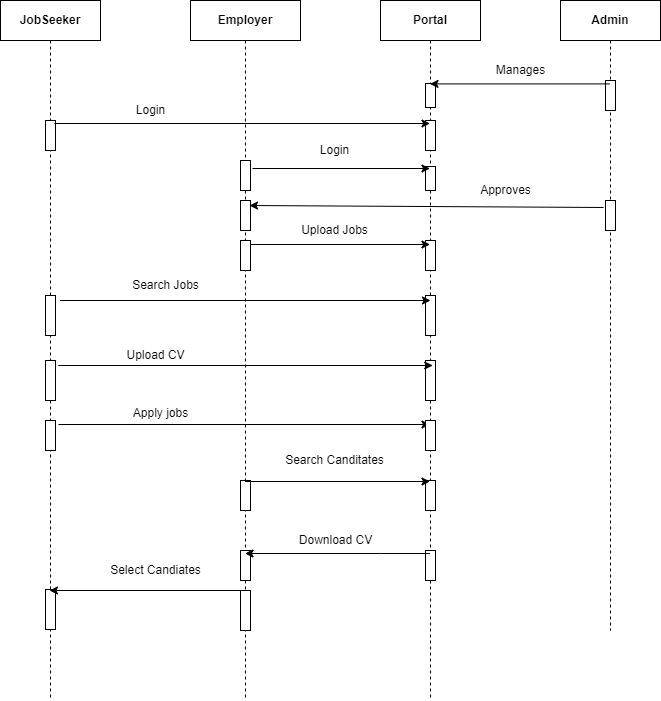
Above: java-basics/02-12-2021/UML diagrams/Online Job Portal/SequentialDiagram.drawio.png in MuniswamiKokila/UST-prograd-training (draw.io), before the change. Source tidied: cells renumbered, new cells last; positions are measured from the earlier drawing's top-left corner, leaving out a move shared by most shapes.
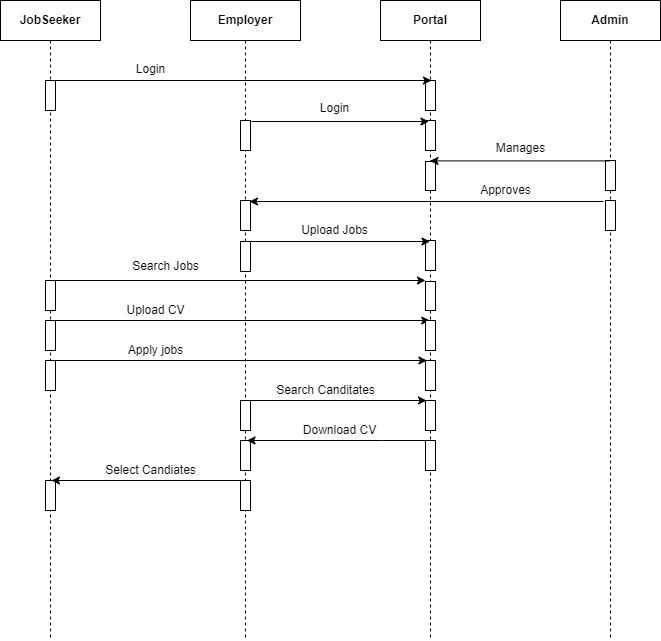
After the change.

Change to the diagram source:
```diff
@@ -3,123 +3,108 @@
     <mxCell id="0" />
     <mxCell id="1" parent="0" />
     <mxCell id="2" value="&lt;b&gt;JobSeeker&lt;/b&gt;" style="shape=umlLifeline;perimeter=lifelinePerimeter;whiteSpace=wrap;html=1;" parent="1" vertex="1">
-      <mxGeometry width="100" height="700" as="geometry" />
+      <mxGeometry width="100" height="640" as="geometry" />
     </mxCell>
     <mxCell id="3" style="html=1;perimeter=orthogonalPerimeter;" parent="2" vertex="1">
-      <mxGeometry x="45" y="295" width="10" height="40" as="geometry" />
+      <mxGeometry x="45" y="280" width="10" height="30" as="geometry" />
     </mxCell>
     <mxCell id="4" style="html=1;perimeter=orthogonalPerimeter;" parent="2" vertex="1">
-      <mxGeometry x="45" y="360" width="10" height="40" as="geometry" />
+      <mxGeometry x="45" y="320" width="10" height="30" as="geometry" />
     </mxCell>
     <mxCell id="5" style="html=1;perimeter=orthogonalPerimeter;" parent="2" vertex="1">
-      <mxGeometry x="45" y="420" width="10" height="30" as="geometry" />
+      <mxGeometry x="45" y="360" width="10" height="30" as="geometry" />
     </mxCell>
-    <mxCell id="6" style="endArrow=classic;html=1;rounded=0;" parent="2" edge="1">
-      <mxGeometry relative="1" as="geometry">
-        <mxPoint x="58" y="424" as="sourcePoint" />
-        <mxPoint x="429.5" y="424" as="targetPoint" />
-      </mxGeometry>
-    </mxCell>
     <mxCell id="7" style="html=1;perimeter=orthogonalPerimeter;" parent="2" vertex="1">
-      <mxGeometry x="45" y="589" width="10" height="40" as="geometry" />
+      <mxGeometry x="45" y="480" width="10" height="30" as="geometry" />
     </mxCell>
     <mxCell id="8" value="&lt;b&gt;Employer&lt;/b&gt;" style="shape=umlLifeline;perimeter=lifelinePerimeter;whiteSpace=wrap;html=1;" parent="1" vertex="1">
-      <mxGeometry x="190" width="110" height="700" as="geometry" />
+      <mxGeometry x="190" width="110" height="640" as="geometry" />
     </mxCell>
     <mxCell id="9" style="html=1;points=[];perimeter=orthogonalPerimeter;" parent="8" vertex="1">
-      <mxGeometry x="50" y="240" width="10" height="30" as="geometry" />
+      <mxGeometry x="50" y="241" width="10" height="30" as="geometry" />
     </mxCell>
     <mxCell id="10" style="html=1;points=[];perimeter=orthogonalPerimeter;" parent="8" vertex="1">
       <mxGeometry x="50" y="200" width="10" height="30" as="geometry" />
     </mxCell>
     <mxCell id="11" style="html=1;perimeter=orthogonalPerimeter;" parent="8" vertex="1">
-      <mxGeometry x="50" y="550" width="10" height="30" as="geometry" />
+      <mxGeometry x="50" y="440" width="10" height="30" as="geometry" />
     </mxCell>
-    <mxCell id="12" style="endArrow=classic;html=1;rounded=0;" parent="8" edge="1">
-      <mxGeometry relative="1" as="geometry">
-        <mxPoint x="58" y="590" as="sourcePoint" />
-        <mxPoint x="-141" y="590" as="targetPoint" />
-      </mxGeometry>
-    </mxCell>
     <mxCell id="13" style="html=1;perimeter=orthogonalPerimeter;" parent="8" vertex="1">
-      <mxGeometry x="50" y="590" width="10" height="40" as="geometry" />
+      <mxGeometry x="50" y="480" width="10" height="30" as="geometry" />
     </mxCell>
     <mxCell id="14" style="html=1;perimeter=orthogonalPerimeter;" parent="8" vertex="1">
-      <mxGeometry x="50" y="480" width="10" height="30" as="geometry" />
+      <mxGeometry x="50" y="400" width="10" height="30" as="geometry" />
     </mxCell>
+    <mxCell id="43" style="endArrow=classic;html=1;rounded=0;entryX=0.44;entryY=0.581;entryDx=0;entryDy=0;entryPerimeter=0;" parent="8" edge="1">
+      <mxGeometry relative="1" as="geometry">
+        <mxPoint x="-135.2" y="320" as="sourcePoint" />
+        <mxPoint x="239.2" y="320" as="targetPoint" />
+      </mxGeometry>
+    </mxCell>
     <mxCell id="15" value="&lt;b&gt;Admin&lt;/b&gt;" style="shape=umlLifeline;perimeter=lifelinePerimeter;whiteSpace=wrap;html=1;" parent="1" vertex="1">
-      <mxGeometry x="560" width="100" height="630" as="geometry" />
+      <mxGeometry x="560" width="100" height="640" as="geometry" />
     </mxCell>
-    <mxCell id="16" style="html=1;perimeter=orthogonalPerimeter;" parent="15" vertex="1">
-      <mxGeometry x="45" y="80" width="10" height="30" as="geometry" />
-    </mxCell>
     <mxCell id="17" value="&lt;b&gt;Portal&lt;/b&gt;" style="shape=umlLifeline;perimeter=lifelinePerimeter;whiteSpace=wrap;html=1;outlineConnect=0;" parent="1" vertex="1">
-      <mxGeometry x="380" width="100" height="700" as="geometry" />
+      <mxGeometry x="380" width="100" height="640" as="geometry" />
     </mxCell>
     <mxCell id="18" style="html=1;perimeter=orthogonalPerimeter;" parent="17" vertex="1">
       <mxGeometry x="45" y="240" width="10" height="30" as="geometry" />
     </mxCell>
     <mxCell id="19" style="html=1;points=[];perimeter=orthogonalPerimeter;" parent="17" vertex="1">
-      <mxGeometry x="-335" y="120" width="10" height="30" as="geometry" />
+      <mxGeometry x="-335" y="80" width="10" height="30" as="geometry" />
     </mxCell>
     <mxCell id="20" style="html=1;perimeter=orthogonalPerimeter;" parent="17" vertex="1">
-      <mxGeometry x="-140" y="160" width="10" height="30" as="geometry" />
+      <mxGeometry x="-140" y="120" width="10" height="30" as="geometry" />
     </mxCell>
     <mxCell id="21" style="html=1;points=[];perimeter=orthogonalPerimeter;" parent="17" vertex="1">
       <mxGeometry x="225" y="200" width="10" height="30" as="geometry" />
     </mxCell>
     <mxCell id="22" style="html=1;points=[];perimeter=orthogonalPerimeter;" parent="17" vertex="1">
-      <mxGeometry x="45" y="120" width="10" height="30" as="geometry" />
+      <mxGeometry x="45" y="80" width="10" height="30" as="geometry" />
     </mxCell>
     <mxCell id="23" style="html=1;perimeter=orthogonalPerimeter;" parent="17" vertex="1">
-      <mxGeometry x="45" y="166" width="10" height="24" as="geometry" />
+      <mxGeometry x="45" y="120" width="10" height="30" as="geometry" />
     </mxCell>
-    <mxCell id="24" style="endArrow=classic;html=1;rounded=0;exitX=0.9;exitY=0.1;exitDx=0;exitDy=0;exitPerimeter=0;" parent="17" edge="1" source="19">
+    <mxCell id="24" style="endArrow=classic;html=1;rounded=0;exitX=0.9;exitY=0.1;exitDx=0;exitDy=0;exitPerimeter=0;entryX=0.6;entryY=0;entryDx=0;entryDy=0;entryPerimeter=0;" parent="17" edge="1" target="22">
       <mxGeometry relative="1" as="geometry">
-        <mxPoint x="49.5" y="123" as="targetPoint" />
+        <mxPoint x="-326" y="80" as="sourcePoint" />
       </mxGeometry>
     </mxCell>
     <mxCell id="25" style="endArrow=classic;html=1;rounded=0;exitX=1.2;exitY=0.4;exitDx=0;exitDy=0;exitPerimeter=0;" parent="17" edge="1">
       <mxGeometry relative="1" as="geometry">
-        <mxPoint x="-128" y="168" as="sourcePoint" />
-        <mxPoint x="49.5" y="168" as="targetPoint" />
+        <mxPoint x="-129" y="121" as="sourcePoint" />
+        <mxPoint x="48.5" y="121" as="targetPoint" />
       </mxGeometry>
     </mxCell>
-    <mxCell id="26" style="html=1;perimeter=orthogonalPerimeter;" parent="17" vertex="1">
-      <mxGeometry x="45" y="83" width="10" height="24" as="geometry" />
-    </mxCell>
     <mxCell id="27" style="html=1;perimeter=orthogonalPerimeter;" parent="17" vertex="1">
-      <mxGeometry x="45" y="360" width="10" height="40" as="geometry" />
+      <mxGeometry x="45" y="320" width="10" height="30" as="geometry" />
     </mxCell>
     <mxCell id="28" style="html=1;perimeter=orthogonalPerimeter;" parent="17" vertex="1">
-      <mxGeometry x="45" y="420" width="10" height="30" as="geometry" />
+      <mxGeometry x="45" y="360" width="10" height="30" as="geometry" />
     </mxCell>
     <mxCell id="29" style="html=1;perimeter=orthogonalPerimeter;" parent="17" vertex="1">
-      <mxGeometry x="45" y="550" width="10" height="30" as="geometry" />
+      <mxGeometry x="45" y="440" width="10" height="30" as="geometry" />
     </mxCell>
     <mxCell id="30" style="html=1;perimeter=orthogonalPerimeter;" parent="17" vertex="1">
-      <mxGeometry x="45" y="480" width="10" height="30" as="geometry" />
+      <mxGeometry x="45" y="400" width="10" height="30" as="geometry" />
     </mxCell>
-    <mxCell id="31" style="endArrow=classic;html=1;rounded=0;exitX=1;exitY=0.133;exitDx=0;exitDy=0;exitPerimeter=0;" parent="1" edge="1" source="9" target="17">
-      <mxGeometry relative="1" as="geometry" />
+    <mxCell id="31" style="endArrow=classic;html=1;rounded=0;exitX=1;exitY=0.133;exitDx=0;exitDy=0;exitPerimeter=0;" parent="1" edge="1">
+      <mxGeometry relative="1" as="geometry">
+        <mxPoint x="250" y="241" as="sourcePoint" />
+        <mxPoint x="429.5" y="241" as="targetPoint" />
+      </mxGeometry>
     </mxCell>
     <mxCell id="32" value="Login" style="text;html=1;align=center;verticalAlign=middle;fillColor=none;strokeColor=none;rounded=0;" parent="1" vertex="1">
-      <mxGeometry x="130" y="100" width="40" height="20" as="geometry" />
+      <mxGeometry x="130" y="59" width="40" height="20" as="geometry" />
     </mxCell>
     <mxCell id="33" value="Login" style="text;html=1;align=center;verticalAlign=middle;fillColor=none;strokeColor=none;rounded=0;" parent="1" vertex="1">
-      <mxGeometry x="314" y="140" width="40" height="20" as="geometry" />
+      <mxGeometry x="314" y="98" width="40" height="20" as="geometry" />
     </mxCell>
-    <mxCell id="34" style="endArrow=classic;html=1;rounded=0;exitX=0.49;exitY=0.207;exitDx=0;exitDy=0;exitPerimeter=0;" parent="1" edge="1">
-      <mxGeometry relative="1" as="geometry">
-        <mxPoint x="609" y="83.4" as="sourcePoint" />
-        <mxPoint x="429.5" y="83.4" as="targetPoint" />
-      </mxGeometry>
-    </mxCell>
-    <mxCell id="35" value="Manages" style="text;html=1;align=center;verticalAlign=middle;fillColor=none;strokeColor=none;rounded=0;" parent="1" vertex="1">
-      <mxGeometry x="490" y="60" width="60" height="20" as="geometry" />
-    </mxCell>
-    <mxCell id="36" style="endArrow=classic;html=1;rounded=0;exitX=-0.2;exitY=0.233;exitDx=0;exitDy=0;exitPerimeter=0;entryX=0.9;entryY=0.167;entryDx=0;entryDy=0;entryPerimeter=0;" parent="1" edge="1" source="21" target="10">
-      <mxGeometry relative="1" as="geometry" />
+    <mxCell id="36" style="endArrow=classic;html=1;rounded=0;entryX=0.9;entryY=0.167;entryDx=0;entryDy=0;entryPerimeter=0;" parent="1" edge="1">
+      <mxGeometry relative="1" as="geometry">
+        <mxPoint x="603" y="201" as="sourcePoint" />
+        <mxPoint x="249" y="201" as="targetPoint" />
+      </mxGeometry>
     </mxCell>
     <mxCell id="37" value="Approves" style="text;html=1;align=center;verticalAlign=middle;fillColor=none;strokeColor=none;rounded=0;" parent="1" vertex="1">
       <mxGeometry x="470" y="180" width="70" height="20" as="geometry" />
@@ -131,52 +116,73 @@
       <mxGeometry relative="1" as="geometry" />
     </mxCell>
     <mxCell id="40" value="Search Jobs" style="text;html=1;align=center;verticalAlign=middle;fillColor=none;strokeColor=none;rounded=0;" parent="1" vertex="1">
-      <mxGeometry x="125" y="275" width="80" height="20" as="geometry" />
+      <mxGeometry x="125" y="256" width="80" height="20" as="geometry" />
     </mxCell>
     <mxCell id="41" style="html=1;points=[];perimeter=orthogonalPerimeter;" parent="1" vertex="1">
-      <mxGeometry x="425" y="295" width="10" height="40" as="geometry" />
+      <mxGeometry x="425" y="281" width="10" height="29" as="geometry" />
     </mxCell>
     <mxCell id="42" style="endArrow=classic;html=1;rounded=0;" parent="1" edge="1">
       <mxGeometry relative="1" as="geometry">
-        <mxPoint x="59.5" y="300" as="sourcePoint" />
-        <mxPoint x="430" y="300" as="targetPoint" />
+        <mxPoint x="54.5" y="280" as="sourcePoint" />
+        <mxPoint x="425" y="280" as="targetPoint" />
       </mxGeometry>
     </mxCell>
-    <mxCell id="43" style="endArrow=classic;html=1;rounded=0;entryX=0.44;entryY=0.581;entryDx=0;entryDy=0;entryPerimeter=0;" parent="1" edge="1">
-      <mxGeometry relative="1" as="geometry">
-        <mxPoint x="57.8" y="365" as="sourcePoint" />
-        <mxPoint x="432.2" y="365" as="targetPoint" />
-      </mxGeometry>
-    </mxCell>
     <mxCell id="44" value="Upload CV" style="text;html=1;align=center;verticalAlign=middle;fillColor=none;strokeColor=none;rounded=0;" parent="1" vertex="1">
-      <mxGeometry x="120" y="345" width="70" height="20" as="geometry" />
+      <mxGeometry x="120" y="300" width="70" height="20" as="geometry" />
     </mxCell>
     <mxCell id="45" value="Apply jobs" style="text;html=1;align=center;verticalAlign=middle;fillColor=none;strokeColor=none;rounded=0;" parent="1" vertex="1">
-      <mxGeometry x="125" y="403" width="70" height="20" as="geometry" />
+      <mxGeometry x="120" y="340" width="70" height="20" as="geometry" />
     </mxCell>
     <mxCell id="46" style="endArrow=classic;html=1;rounded=0;" parent="1" edge="1">
       <mxGeometry relative="1" as="geometry">
-        <mxPoint x="429.5" y="553" as="sourcePoint" />
-        <mxPoint x="244.5" y="553" as="targetPoint" />
+        <mxPoint x="431.5" y="440" as="sourcePoint" />
+        <mxPoint x="246.5" y="440" as="targetPoint" />
         <Array as="points">
-          <mxPoint x="380" y="553" />
+          <mxPoint x="382" y="440" />
         </Array>
       </mxGeometry>
     </mxCell>
     <mxCell id="47" value="Download CV" style="text;html=1;align=center;verticalAlign=middle;fillColor=none;strokeColor=none;rounded=0;" parent="1" vertex="1">
-      <mxGeometry x="290" y="530" width="90" height="20" as="geometry" />
+      <mxGeometry x="294" y="420" width="90" height="20" as="geometry" />
     </mxCell>
     <mxCell id="48" value="Select Candiates" style="text;html=1;align=center;verticalAlign=middle;fillColor=none;strokeColor=none;rounded=0;" parent="1" vertex="1">
-      <mxGeometry x="100" y="560" width="110" height="20" as="geometry" />
+      <mxGeometry x="95" y="460" width="110" height="20" as="geometry" />
     </mxCell>
     <mxCell id="49" style="endArrow=classic;html=1;rounded=0;" parent="1" edge="1">
       <mxGeometry relative="1" as="geometry">
-        <mxPoint x="244.5" y="481" as="sourcePoint" />
-        <mxPoint x="429.5" y="481" as="targetPoint" />
+        <mxPoint x="241" y="400" as="sourcePoint" />
+        <mxPoint x="426" y="400" as="targetPoint" />
       </mxGeometry>
     </mxCell>
     <mxCell id="50" value="Search Canditates" style="text;html=1;align=center;verticalAlign=middle;fillColor=none;strokeColor=none;rounded=0;" parent="1" vertex="1">
-      <mxGeometry x="279" y="450" width="110" height="20" as="geometry" />
+      <mxGeometry x="270" y="380" width="110" height="20" as="geometry" />
     </mxCell>
+    <mxCell id="51" style="html=1;perimeter=orthogonalPerimeter;" parent="1" vertex="1">
+      <mxGeometry x="605" y="160" width="10" height="30" as="geometry" />
+    </mxCell>
+    <mxCell id="52" style="html=1;perimeter=orthogonalPerimeter;" parent="1" vertex="1">
+      <mxGeometry x="425" y="161" width="10" height="29" as="geometry" />
+    </mxCell>
+    <mxCell id="53" style="endArrow=classic;html=1;rounded=0;exitX=0.49;exitY=0.207;exitDx=0;exitDy=0;exitPerimeter=0;" parent="1" edge="1">
+      <mxGeometry relative="1" as="geometry">
+        <mxPoint x="609" y="160.4" as="sourcePoint" />
+        <mxPoint x="429.5" y="160.4" as="targetPoint" />
+      </mxGeometry>
+    </mxCell>
+    <mxCell id="35" value="Manages" style="text;html=1;align=center;verticalAlign=middle;fillColor=none;strokeColor=none;rounded=0;" parent="1" vertex="1">
+      <mxGeometry x="490" y="138" width="60" height="20" as="geometry" />
+    </mxCell>
+    <mxCell id="6" style="endArrow=classic;html=1;rounded=0;" parent="1" edge="1">
+      <mxGeometry relative="1" as="geometry">
+        <mxPoint x="55" y="360" as="sourcePoint" />
+        <mxPoint x="426.5" y="360" as="targetPoint" />
+      </mxGeometry>
+    </mxCell>
+    <mxCell id="12" style="endArrow=classic;html=1;rounded=0;" parent="1" edge="1">
+      <mxGeometry relative="1" as="geometry">
+        <mxPoint x="250" y="480" as="sourcePoint" />
+        <mxPoint x="51" y="480" as="targetPoint" />
+      </mxGeometry>
+    </mxCell>
   </root>
 </mxGraphModel>
```
